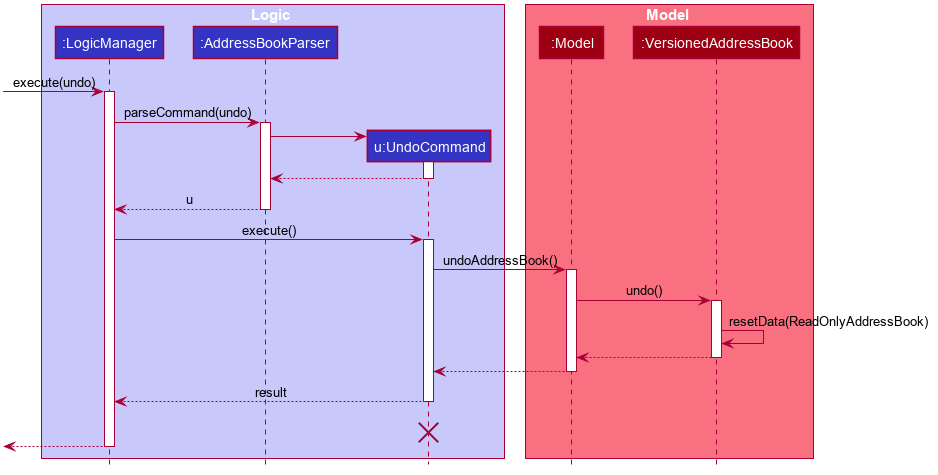
Before: docs/images/UndoSequenceDiagram.png, a diagram exported from PlantUML (nus-cs2103-AY1920S2/addressbook-level3). The source it was exported from:
```plantuml
@startuml








skinparam BackgroundColor #FFFFFFF

skinparam Shadowing false

skinparam Class {
    FontColor #FFFFFF
    BorderThickness 1
    BorderColor #FFFFFF
    StereotypeFontColor #FFFFFF
    FontName Arial
}

skinparam Actor {
    BorderColor #000000
    Color #000000
    FontName Arial
}

skinparam Sequence {
    MessageAlign center
    BoxFontSize 15
    BoxPadding 0
    BoxFontColor #FFFFFF
    FontName Arial
}

skinparam Participant {
    FontColor #FFFFFFF
    Padding 20
}

skinparam MinClassWidth 50
skinparam ParticipantPadding 10
skinparam Shadowing false
skinparam DefaultTextAlignment center
skinparam packageStyle Rectangle

hide footbox
hide members
hide circle

box Logic #C8C8FA
participant ":LogicManager" as LogicManager #3333C4
participant ":AddressBookParser" as AddressBookParser #3333C4
participant "u:UndoCommand" as UndoCommand #3333C4
end box

box Model #F97181
participant ":Model" as Model #9D0012
participant ":VersionedAddressBook" as VersionedAddressBook #9D0012
end box
[-> LogicManager : execute(undo)
activate LogicManager

LogicManager -> AddressBookParser : parseCommand(undo)
activate AddressBookParser

create UndoCommand
AddressBookParser -> UndoCommand
activate UndoCommand

UndoCommand --> AddressBookParser
deactivate UndoCommand

AddressBookParser --> LogicManager : u
deactivate AddressBookParser

LogicManager -> UndoCommand : execute()
activate UndoCommand

UndoCommand -> Model : undoAddressBook()
activate Model

Model -> VersionedAddressBook : undo()
activate VersionedAddressBook

VersionedAddressBook -> VersionedAddressBook :resetData(ReadOnlyAddressBook)
VersionedAddressBook --> Model :
deactivate VersionedAddressBook

Model --> UndoCommand
deactivate Model

UndoCommand --> LogicManager : result
deactivate UndoCommand
UndoCommand -[hidden]-> LogicManager : result
destroy UndoCommand

[<--LogicManager
deactivate LogicManager
@enduml
```
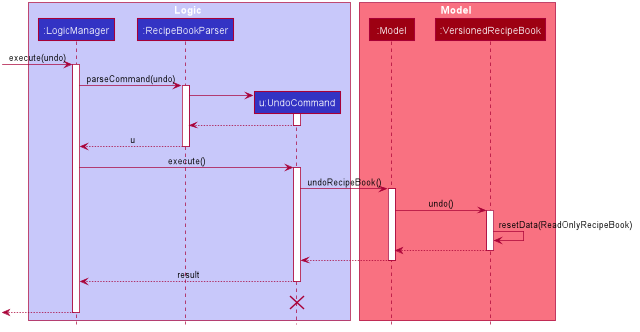
Above is the later version.

Diff of the diagram source:
```diff
@@ -50,13 +50,13 @@
 
 box Logic #C8C8FA
 participant ":LogicManager" as LogicManager #3333C4
-participant ":AddressBookParser" as AddressBookParser #3333C4
+participant ":RecipeBookParser" as AddressBookParser #3333C4
 participant "u:UndoCommand" as UndoCommand #3333C4
 end box
 
 box Model #F97181
 participant ":Model" as Model #9D0012
-participant ":VersionedAddressBook" as VersionedAddressBook #9D0012
+participant ":VersionedRecipeBook" as VersionedAddressBook #9D0012
 end box
 [-> LogicManager : execute(undo)
 activate LogicManager
@@ -77,13 +77,13 @@
 LogicManager -> UndoCommand : execute()
 activate UndoCommand
 
-UndoCommand -> Model : undoAddressBook()
+UndoCommand -> Model : undoRecipeBook()
 activate Model
 
 Model -> VersionedAddressBook : undo()
 activate VersionedAddressBook
 
-VersionedAddressBook -> VersionedAddressBook :resetData(ReadOnlyAddressBook)
+VersionedAddressBook -> VersionedAddressBook :resetData(ReadOnlyRecipeBook)
 VersionedAddressBook --> Model :
 deactivate VersionedAddressBook
 
```
